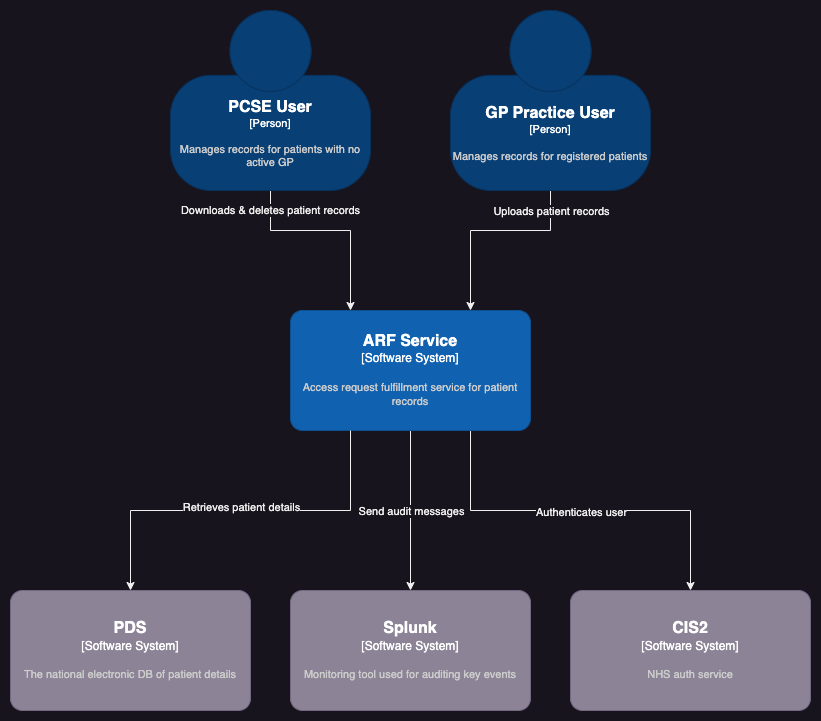
This is docs/images/system-context-diagram.drawio.png from nhsconnect/document-store-prototype, a draw.io export, as it was before one commit. Source tidied: cells renumbered, new cells last; positions are measured from the earlier drawing's top-left corner, leaving out a move shared by most shapes.
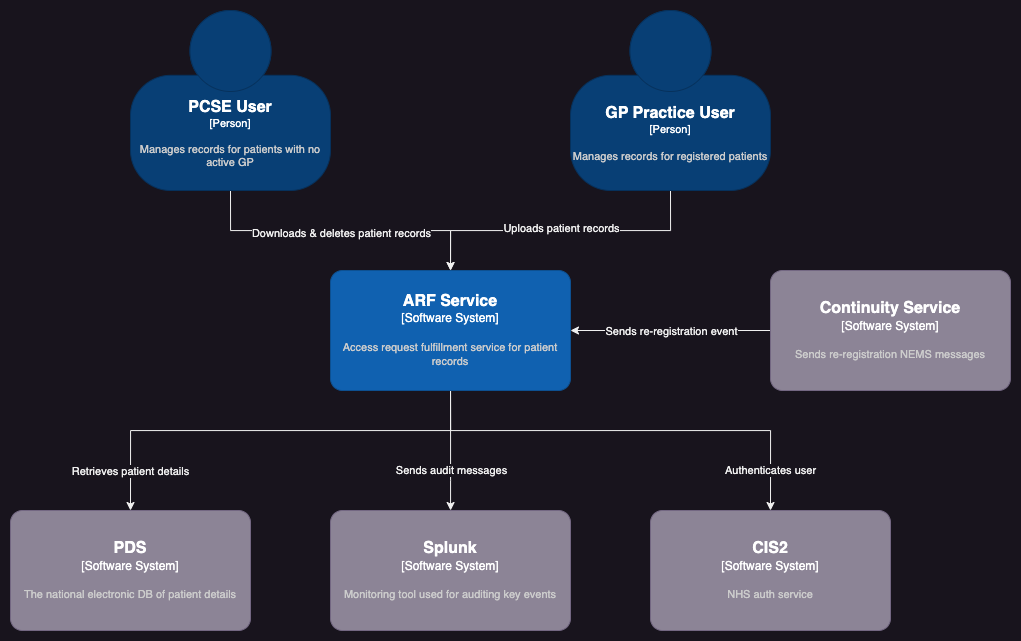
After the change.

Commit message:
[PRMT-3138] Add Continuity Service to system-context-diagram

Change to the diagram source:
```diff
@@ -2,80 +2,98 @@
   <root>
     <mxCell id="0" />
     <mxCell id="1" parent="0" />
+    <mxCell id="17" style="edgeStyle=orthogonalEdgeStyle;rounded=0;jettySize=auto;html=1;exitX=0.5;exitY=1;exitDx=0;exitDy=0;exitPerimeter=0;startArrow=none;startFill=0;" parent="1" edge="1" source="3" target="11">
+      <mxGeometry relative="1" as="geometry" />
+    </mxCell>
-    <mxCell id="2" value="Downloads &amp;amp; deletes patient records" style="edgeStyle=orthogonalEdgeStyle;rounded=0;jettySize=auto;html=1;entryX=0.25;entryY=0;entryDx=0;entryDy=0;entryPerimeter=0;exitX=0.5;exitY=1;exitDx=0;exitDy=0;exitPerimeter=0;" parent="1" edge="1" source="3" target="11">
-      <mxGeometry x="-0.8" relative="1" as="geometry">
-        <Array as="points">
-          <mxPoint x="260" y="220" />
-          <mxPoint x="340" y="220" />
-        </Array>
+    <mxCell id="2" value="Downloads &amp;amp; deletes patient records" style="edgeLabel;html=1;align=center;verticalAlign=middle;" parent="17" vertex="1">
+      <mxGeometry x="-0.29" y="-2" relative="1" as="geometry">
+        <mxPoint x="45" as="offset" />
       </mxGeometry>
     </mxCell>
     <object id="3" label="&lt;font style=&quot;font-size: 16px&quot;&gt;&lt;b&gt;%c4Name%&lt;/b&gt;&lt;/font&gt;&lt;div&gt;[%c4Type%]&lt;/div&gt;&lt;br&gt;&lt;div&gt;&lt;font style=&quot;font-size: 11px&quot;&gt;&lt;font color=&quot;#cccccc&quot;&gt;%c4Description%&lt;/font&gt;&lt;/div&gt;" c4Description="Manages records for patients with no active GP" c4Name="PCSE User" c4Type="Person" placeholders="1">
       <mxCell style="html=1;fontSize=11;dashed=0;whiteSpace=wrap;fillColor=#083F75;strokeColor=#06315C;fontColor=#ffffff;shape=mxgraph.c4.person2;align=center;points=[[0.5,0,0],[1,0.5,0],[1,0.75,0],[0.75,1,0],[0.5,1,0],[0.25,1,0],[0,0.75,0],[0,0.5,0]];" parent="1" vertex="1">
-        <mxGeometry x="160" width="200" height="180" as="geometry" />
+        <mxGeometry x="80" y="40" width="200" height="180" as="geometry" />
       </mxCell>
     </object>
-    <mxCell id="4" style="edgeStyle=orthogonalEdgeStyle;rounded=0;jettySize=auto;html=1;entryX=0.75;entryY=0;entryDx=0;entryDy=0;entryPerimeter=0;exitX=0.5;exitY=1;exitDx=0;exitDy=0;exitPerimeter=0;" parent="1" edge="1" source="6" target="11">
-      <mxGeometry relative="1" as="geometry">
-        <Array as="points">
-          <mxPoint x="540" y="220" />
-          <mxPoint x="460" y="220" />
-        </Array>
-      </mxGeometry>
+    <mxCell id="4" style="edgeStyle=orthogonalEdgeStyle;rounded=0;jettySize=auto;html=1;exitX=0.5;exitY=1;exitDx=0;exitDy=0;exitPerimeter=0;entryX=0.5;entryY=0;entryDx=0;entryDy=0;entryPerimeter=0;startArrow=none;startFill=0;" parent="1" edge="1" source="6" target="11">
+      <mxGeometry relative="1" as="geometry" />
     </mxCell>
     <mxCell id="5" value="Uploads patient records" style="edgeLabel;html=1;align=center;verticalAlign=middle;" parent="4" vertex="1">
-      <mxGeometry x="0.1" relative="1" as="geometry">
-        <mxPoint x="70" y="-20" as="offset" />
+      <mxGeometry x="-0.36" y="-3" relative="1" as="geometry">
+        <mxPoint x="-54" as="offset" />
       </mxGeometry>
     </mxCell>
     <object id="6" label="&lt;font style=&quot;font-size: 16px&quot;&gt;&lt;b&gt;%c4Name%&lt;/b&gt;&lt;/font&gt;&lt;div&gt;[%c4Type%]&lt;/div&gt;&lt;br&gt;&lt;div&gt;&lt;font style=&quot;font-size: 11px&quot;&gt;&lt;font color=&quot;#cccccc&quot;&gt;%c4Description%&lt;/font&gt;&lt;/div&gt;" c4Description="Manages records for registered patients" c4Name="GP Practice User" c4Type="Person" placeholders="1">
       <mxCell style="html=1;fontSize=11;dashed=0;whiteSpace=wrap;fillColor=#083F75;strokeColor=#06315C;fontColor=#ffffff;shape=mxgraph.c4.person2;align=center;points=[[0.5,0,0],[1,0.5,0],[1,0.75,0],[0.75,1,0],[0.5,1,0],[0.25,1,0],[0,0.75,0],[0,0.5,0]];" parent="1" vertex="1">
-        <mxGeometry x="440" width="200" height="180" as="geometry" />
+        <mxGeometry x="520" y="40" width="200" height="180" as="geometry" />
       </mxCell>
     </object>
-    <mxCell id="7" style="edgeStyle=orthogonalEdgeStyle;rounded=0;jettySize=auto;html=1;entryX=0.5;entryY=0;entryDx=0;entryDy=0;entryPerimeter=0;startArrow=none;startFill=0;" parent="1" edge="1" source="11" target="14">
-      <mxGeometry relative="1" as="geometry" />
+    <mxCell id="7" style="edgeStyle=orthogonalEdgeStyle;rounded=0;jettySize=auto;html=1;startArrow=none;startFill=0;" parent="1" edge="1" source="11" target="14">
+      <mxGeometry relative="1" as="geometry">
+        <Array as="points">
+          <mxPoint x="400" y="510" />
+          <mxPoint x="400" y="510" />
+        </Array>
+      </mxGeometry>
     </mxCell>
-    <mxCell id="8" value="Send audit messages" style="edgeLabel;html=1;align=center;verticalAlign=middle;" parent="7" vertex="1">
-      <mxGeometry x="-0.17" y="1" relative="1" as="geometry">
-        <mxPoint x="-1" y="14" as="offset" />
-      </mxGeometry>
-    </mxCell>
-    <mxCell id="9" style="edgeStyle=orthogonalEdgeStyle;rounded=0;jettySize=auto;html=1;exitX=0.75;exitY=1;exitDx=0;exitDy=0;exitPerimeter=0;entryX=0.5;entryY=0;entryDx=0;entryDy=0;entryPerimeter=0;startArrow=none;startFill=0;" parent="1" edge="1" source="11" target="15">
-      <mxGeometry relative="1" as="geometry" />
-    </mxCell>
+    <mxCell id="18" value="Sends audit messages" style="edgeLabel;html=1;align=center;verticalAlign=middle;" parent="7" vertex="1">
+      <mxGeometry x="0.7" y="-2" relative="1" as="geometry">
+        <mxPoint x="2" y="-23" as="offset" />
+      </mxGeometry>
+    </mxCell>
-    <mxCell id="10" value="Authenticates user" style="edgeLabel;html=1;align=center;verticalAlign=middle;" parent="9" vertex="1">
-      <mxGeometry x="-0.22" y="-1" relative="1" as="geometry">
-        <mxPoint x="42" as="offset" />
+    <mxCell id="10" value="Authenticates user" style="edgeStyle=orthogonalEdgeStyle;rounded=0;jettySize=auto;html=1;exitX=0.5;exitY=1;exitDx=0;exitDy=0;exitPerimeter=0;startArrow=none;startFill=0;entryX=0.5;entryY=0;entryDx=0;entryDy=0;entryPerimeter=0;" parent="1" edge="1" source="11" target="15">
+      <mxGeometry x="0.82" relative="1" as="geometry">
+        <Array as="points">
+          <mxPoint x="400" y="460" />
+          <mxPoint x="720" y="460" />
+        </Array>
       </mxGeometry>
     </mxCell>
-    <object id="11" label="&lt;font style=&quot;font-size: 16px&quot;&gt;&lt;b&gt;%c4Name%&lt;/b&gt;&lt;/font&gt;&lt;div&gt;[%c4Type%]&lt;/div&gt;&lt;br&gt;&lt;div&gt;&lt;font style=&quot;font-size: 11px&quot;&gt;&lt;font color=&quot;#cccccc&quot;&gt;%c4Description%&lt;/font&gt;&lt;/div&gt;" c4Description="Access request fulfillment service for patient records" c4Name="ARF Service" c4Type="Software System" placeholders="1">
-      <mxCell style="rounded=1;whiteSpace=wrap;html=1;labelBackgroundColor=none;fillColor=#1061B0;fontColor=#ffffff;align=center;arcSize=10;strokeColor=#0D5091;points=[[0.25,0,0],[0.5,0,0],[0.75,0,0],[1,0.25,0],[1,0.5,0],[1,0.75,0],[0.75,1,0],[0.5,1,0],[0.25,1,0],[0,0.75,0],[0,0.5,0],[0,0.25,0]];" parent="1" vertex="1">
-        <mxGeometry x="280" y="300" width="240" height="120" as="geometry" />
-      </mxCell>
-    </object>
-    <mxCell id="12" style="edgeStyle=orthogonalEdgeStyle;rounded=0;jettySize=auto;html=1;exitX=0.25;exitY=1;exitDx=0;exitDy=0;exitPerimeter=0;entryX=0.5;entryY=0;entryDx=0;entryDy=0;entryPerimeter=0;" parent="1" edge="1" source="11" target="16">
-      <mxGeometry relative="1" as="geometry" />
+    <mxCell id="12" style="edgeStyle=orthogonalEdgeStyle;rounded=0;jettySize=auto;html=1;exitX=0.5;exitY=1;exitDx=0;exitDy=0;exitPerimeter=0;entryX=0.5;entryY=0;entryDx=0;entryDy=0;entryPerimeter=0;startArrow=none;startFill=0;" parent="1" edge="1" source="11" target="16">
+      <mxGeometry relative="1" as="geometry">
+        <Array as="points">
+          <mxPoint x="400" y="460" />
+          <mxPoint x="80" y="460" />
+        </Array>
+      </mxGeometry>
     </mxCell>
     <mxCell id="13" value="Retrieves patient details" style="edgeLabel;html=1;align=center;verticalAlign=middle;" parent="12" vertex="1">
-      <mxGeometry x="-0.18" y="-2" relative="1" as="geometry">
-        <mxPoint x="-34" y="-2" as="offset" />
+      <mxGeometry x="0.4" y="4" relative="1" as="geometry">
+        <mxPoint x="-51" y="36" as="offset" />
       </mxGeometry>
     </mxCell>
+    <object id="11" label="&lt;font style=&quot;font-size: 16px&quot;&gt;&lt;b&gt;%c4Name%&lt;/b&gt;&lt;/font&gt;&lt;div&gt;[%c4Type%]&lt;/div&gt;&lt;br&gt;&lt;div&gt;&lt;font style=&quot;font-size: 11px&quot;&gt;&lt;font color=&quot;#cccccc&quot;&gt;%c4Description%&lt;/font&gt;&lt;/div&gt;" c4Description="Access request fulfillment service for patient records" c4Name="ARF Service" c4Type="Software System" placeholders="1">
+      <mxCell style="rounded=1;whiteSpace=wrap;html=1;labelBackgroundColor=none;fillColor=#1061B0;fontColor=#ffffff;align=center;arcSize=10;strokeColor=#0D5091;points=[[0.25,0,0],[0.5,0,0],[0.75,0,0],[1,0.25,0],[1,0.5,0],[1,0.75,0],[0.75,1,0],[0.5,1,0],[0.25,1,0],[0,0.75,0],[0,0.5,0],[0,0.25,0]];" parent="1" vertex="1">
+        <mxGeometry x="280" y="300" width="240" height="120" as="geometry" />
+      </mxCell>
+    </object>
     <object id="14" label="&lt;font style=&quot;font-size: 16px&quot;&gt;&lt;b&gt;%c4Name%&lt;/b&gt;&lt;/font&gt;&lt;div&gt;[%c4Type%]&lt;/div&gt;&lt;br&gt;&lt;div&gt;&lt;font style=&quot;font-size: 11px&quot;&gt;&lt;font color=&quot;#cccccc&quot;&gt;%c4Description%&lt;/font&gt;&lt;/div&gt;" c4Description="Monitoring tool used for auditing key events" c4Name="Splunk" c4Type="Software System" placeholders="1">
       <mxCell style="rounded=1;whiteSpace=wrap;html=1;labelBackgroundColor=none;fillColor=#8C8496;fontColor=#ffffff;align=center;arcSize=10;strokeColor=#736782;points=[[0.25,0,0],[0.5,0,0],[0.75,0,0],[1,0.25,0],[1,0.5,0],[1,0.75,0],[0.75,1,0],[0.5,1,0],[0.25,1,0],[0,0.75,0],[0,0.5,0],[0,0.25,0]];" parent="1" vertex="1">
-        <mxGeometry x="280" y="580" width="240" height="120" as="geometry" />
+        <mxGeometry x="280" y="540" width="240" height="120" as="geometry" />
       </mxCell>
     </object>
     <object id="15" label="&lt;font style=&quot;font-size: 16px&quot;&gt;&lt;b&gt;%c4Name%&lt;/b&gt;&lt;/font&gt;&lt;div&gt;[%c4Type%]&lt;/div&gt;&lt;br&gt;&lt;div&gt;&lt;font style=&quot;font-size: 11px&quot;&gt;&lt;font color=&quot;#cccccc&quot;&gt;%c4Description%&lt;/font&gt;&lt;/div&gt;" c4Description="NHS auth service" c4Name="CIS2" c4Type="Software System" placeholders="1">
       <mxCell style="rounded=1;whiteSpace=wrap;html=1;labelBackgroundColor=none;fillColor=#8C8496;fontColor=#ffffff;align=center;arcSize=10;strokeColor=#736782;points=[[0.25,0,0],[0.5,0,0],[0.75,0,0],[1,0.25,0],[1,0.5,0],[1,0.75,0],[0.75,1,0],[0.5,1,0],[0.25,1,0],[0,0.75,0],[0,0.5,0],[0,0.25,0]];" parent="1" vertex="1">
-        <mxGeometry x="560" y="580" width="240" height="120" as="geometry" />
+        <mxGeometry x="600" y="540" width="240" height="120" as="geometry" />
       </mxCell>
     </object>
     <object id="16" label="&lt;font style=&quot;font-size: 16px&quot;&gt;&lt;b&gt;%c4Name%&lt;/b&gt;&lt;/font&gt;&lt;div&gt;[%c4Type%]&lt;/div&gt;&lt;br&gt;&lt;div&gt;&lt;font style=&quot;font-size: 11px&quot;&gt;&lt;font color=&quot;#cccccc&quot;&gt;%c4Description%&lt;/font&gt;&lt;/div&gt;" c4Description="The national electronic DB of patient details" c4Name="PDS" c4Type="Software System" placeholders="1">
       <mxCell style="rounded=1;whiteSpace=wrap;html=1;labelBackgroundColor=none;fillColor=#8C8496;fontColor=#ffffff;align=center;arcSize=10;strokeColor=#736782;points=[[0.25,0,0],[0.5,0,0],[0.75,0,0],[1,0.25,0],[1,0.5,0],[1,0.75,0],[0.75,1,0],[0.5,1,0],[0.25,1,0],[0,0.75,0],[0,0.5,0],[0,0.25,0]];" parent="1" vertex="1">
-        <mxGeometry y="580" width="240" height="120" as="geometry" />
+        <mxGeometry x="-40" y="540" width="240" height="120" as="geometry" />
       </mxCell>
     </object>
+    <mxCell id="19" style="edgeStyle=orthogonalEdgeStyle;rounded=0;jettySize=auto;html=1;entryX=1;entryY=0.5;entryDx=0;entryDy=0;entryPerimeter=0;startArrow=none;startFill=0;" parent="1" edge="1" source="21" target="11">
+      <mxGeometry relative="1" as="geometry" />
+    </mxCell>
+    <mxCell id="20" value="Sends re-registration event" style="edgeLabel;html=1;align=center;verticalAlign=middle;" parent="19" vertex="1">
+      <mxGeometry x="0.25" y="2" relative="1" as="geometry">
+        <mxPoint x="24" y="-2" as="offset" />
+      </mxGeometry>
+    </mxCell>
+    <object id="21" label="&lt;font style=&quot;font-size: 16px&quot;&gt;&lt;b&gt;%c4Name%&lt;/b&gt;&lt;/font&gt;&lt;div&gt;[%c4Type%]&lt;/div&gt;&lt;br&gt;&lt;div&gt;&lt;font style=&quot;font-size: 11px&quot;&gt;&lt;font color=&quot;#cccccc&quot;&gt;%c4Description%&lt;/font&gt;&lt;/div&gt;" c4Description="Sends re-registration NEMS messages" c4Name="Continuity Service" c4Type="Software System" placeholders="1">
+      <mxCell style="rounded=1;whiteSpace=wrap;html=1;labelBackgroundColor=none;fillColor=#8C8496;fontColor=#ffffff;align=center;arcSize=10;strokeColor=#736782;points=[[0.25,0,0],[0.5,0,0],[0.75,0,0],[1,0.25,0],[1,0.5,0],[1,0.75,0],[0.75,1,0],[0.5,1,0],[0.25,1,0],[0,0.75,0],[0,0.5,0],[0,0.25,0]];" parent="1" vertex="1">
+        <mxGeometry x="720" y="300" width="240" height="120" as="geometry" />
+      </mxCell>
+    </object>
   </root>
 </mxGraphModel>
```
